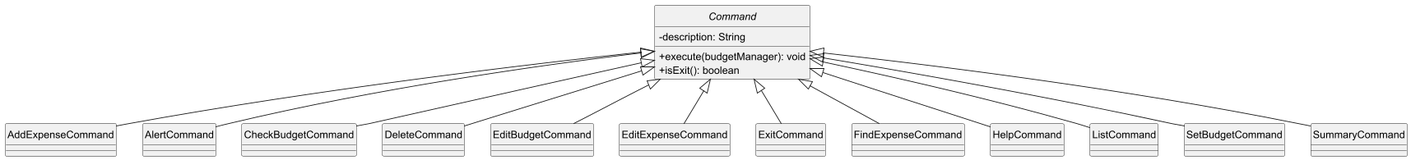
Before: docs/diagrams/ImplementationAbstractCommandsDiagram.png, a diagram exported from PlantUML (AY2425S2-CS2113-T12-4/tp). Its source is kept beside it as docs/diagrams/ImplementationAbstractCommandsDiagram.puml.
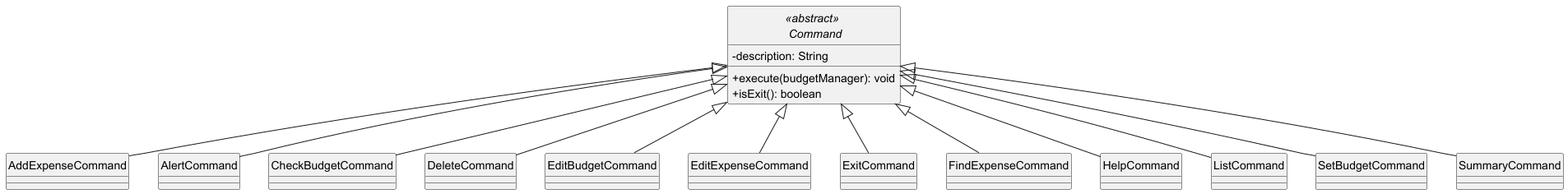
After the change.

Change to the diagram source:
```diff
@@ -3,7 +3,7 @@
 skinparam classAttributeIconSize 0
 hide footbox
 
-abstract class Command {
+abstract class "<<abstract>> \n Command" {
     - description: String
     + execute(budgetManager): void
     + isExit(): boolean
@@ -22,17 +22,17 @@
 class SetBudgetCommand
 class SummaryCommand
 
-Command <|-- AddExpenseCommand
-Command <|-- AlertCommand
-Command <|-- CheckBudgetCommand
-Command <|-- DeleteCommand
-Command <|-- EditBudgetCommand
-Command <|-- EditExpenseCommand
-Command <|-- ExitCommand
-Command <|-- FindExpenseCommand
-Command <|-- HelpCommand
-Command <|-- ListCommand
-Command <|-- SetBudgetCommand
-Command <|-- SummaryCommand
+"<<abstract>> \n Command" <|-- AddExpenseCommand
+"<<abstract>> \n Command" <|-- AlertCommand
+"<<abstract>> \n Command" <|-- CheckBudgetCommand
+"<<abstract>> \n Command" <|-- DeleteCommand
+"<<abstract>> \n Command" <|-- EditBudgetCommand
+"<<abstract>> \n Command" <|-- EditExpenseCommand
+"<<abstract>> \n Command" <|-- ExitCommand
+"<<abstract>> \n Command" <|-- FindExpenseCommand
+"<<abstract>> \n Command" <|-- HelpCommand
+"<<abstract>> \n Command" <|-- ListCommand
+"<<abstract>> \n Command" <|-- SetBudgetCommand
+"<<abstract>> \n Command" <|-- SummaryCommand
 
 @enduml
```
